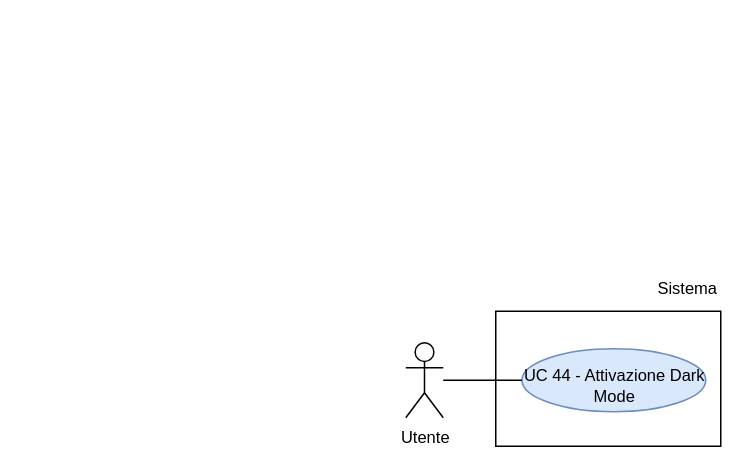
Earlier version of the draw.io diagram RTB/doc_esterna/analisi-dei-requisiti/assets/draw.io/UC44.drawio (thebitless-group-swe/thebitless.github.io). Source tidied: cells renumbered, new cells numbered last; positions are measured from the earlier drawing's top-left corner, leaving out a move shared by most shapes. Both pictures are drawn from the tidied source at 150%, with x=0, y=0 at pixel (405, 266).
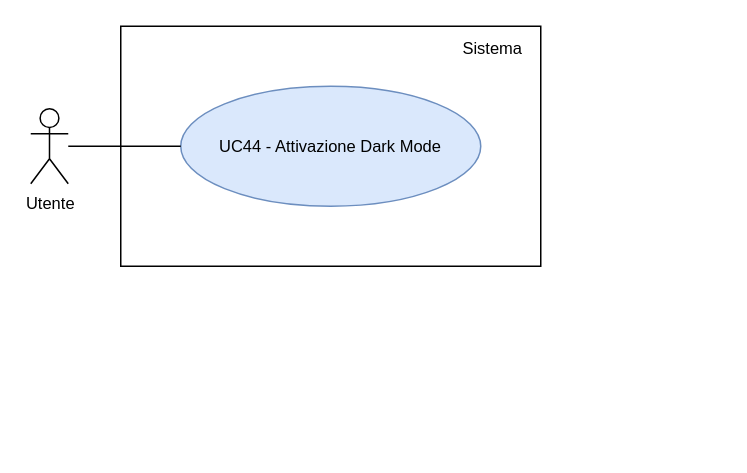
After the change.

What changed in the source:
```diff
@@
 <mxGraphModel>
   <root>
     <mxCell id="0" />
     <mxCell id="1" parent="0" />
     <mxCell id="2" value="Utente" style="shape=umlActor;verticalLabelPosition=bottom;verticalAlign=top;html=1;outlineConnect=0;fontSize=11;" parent="1" vertex="1">
-      <mxGeometry y="51" width="25" height="50" as="geometry" />
+      <mxGeometry x="-250" y="-105" width="25" height="50" as="geometry" />
     </mxCell>
-    <mxCell id="3" style="rounded=0;whiteSpace=wrap;html=1;strokeWidth=1;" parent="1" vertex="1">
-      <mxGeometry x="60" y="30" width="150" height="90" as="geometry" />
-    </mxCell>
+    <mxCell id="8" style="rounded=0;whiteSpace=wrap;html=1;strokeWidth=1;" parent="1" vertex="1">
+      <mxGeometry x="-190" y="-160" width="280" height="160" as="geometry" />
+    </mxCell>
     <mxCell id="4" value="Sistema" style="text;html=1;whiteSpace=wrap;strokeColor=none;fillColor=none;align=right;verticalAlign=middle;fontSize=11;" parent="1" vertex="1">
-      <mxGeometry x="150" width="60" height="30" as="geometry" />
+      <mxGeometry x="10" y="-155" width="70" height="20" as="geometry" />
     </mxCell>
-    <mxCell id="5" value="UC 44 - Attivazione Dark Mode" style="ellipse;whiteSpace=wrap;html=1;fillColor=#dae8fc;strokeColor=#6c8ebf;fontSize=11;spacingBottom=-7;" parent="1" vertex="1">
-      <mxGeometry x="77.5" y="55" width="122.5" height="42" as="geometry" />
-    </mxCell>
-    <mxCell id="6" style="edgeStyle=none;rounded=0;jettySize=auto;html=1;endArrow=none;endFill=0;" parent="1" edge="1" source="2" target="5">
-      <mxGeometry relative="1" as="geometry" />
-    </mxCell>
-    <mxCell id="7" style="edgeStyle=orthogonalEdgeStyle;rounded=0;orthogonalLoop=1;jettySize=auto;html=1;exitX=0.5;exitY=1;exitDx=0;exitDy=0;" parent="1" edge="1" source="4" target="4">
-      <mxGeometry relative="1" as="geometry" />
-    </mxCell>
+    <mxCell id="9" value="UC44 - Attivazione Dark Mode" style="ellipse;whiteSpace=wrap;html=1;fillColor=#dae8fc;strokeColor=#6c8ebf;fontSize=11;" parent="1" vertex="1">
+      <mxGeometry x="-150" y="-120" width="200" height="80" as="geometry" />
+    </mxCell>
+    <mxCell id="10" style="edgeStyle=none;rounded=0;jettySize=auto;html=1;endArrow=none;endFill=0;" parent="1" edge="1" source="2" target="9">
+      <mxGeometry relative="1" as="geometry" />
+    </mxCell>
   </root>
 </mxGraphModel>
```
